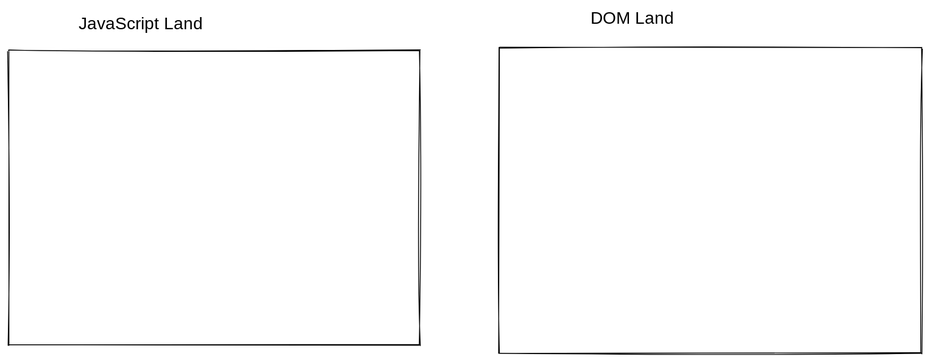
Earlier version of the Excalidraw export CLASS_NOTES/ng-arch.excalidraw.svg (hypertheory-angular/asm-sept-2022). Source tidied: one line per element, renumbered; positions are measured from the earlier drawing's top-left corner, leaving out a move shared by most shapes.
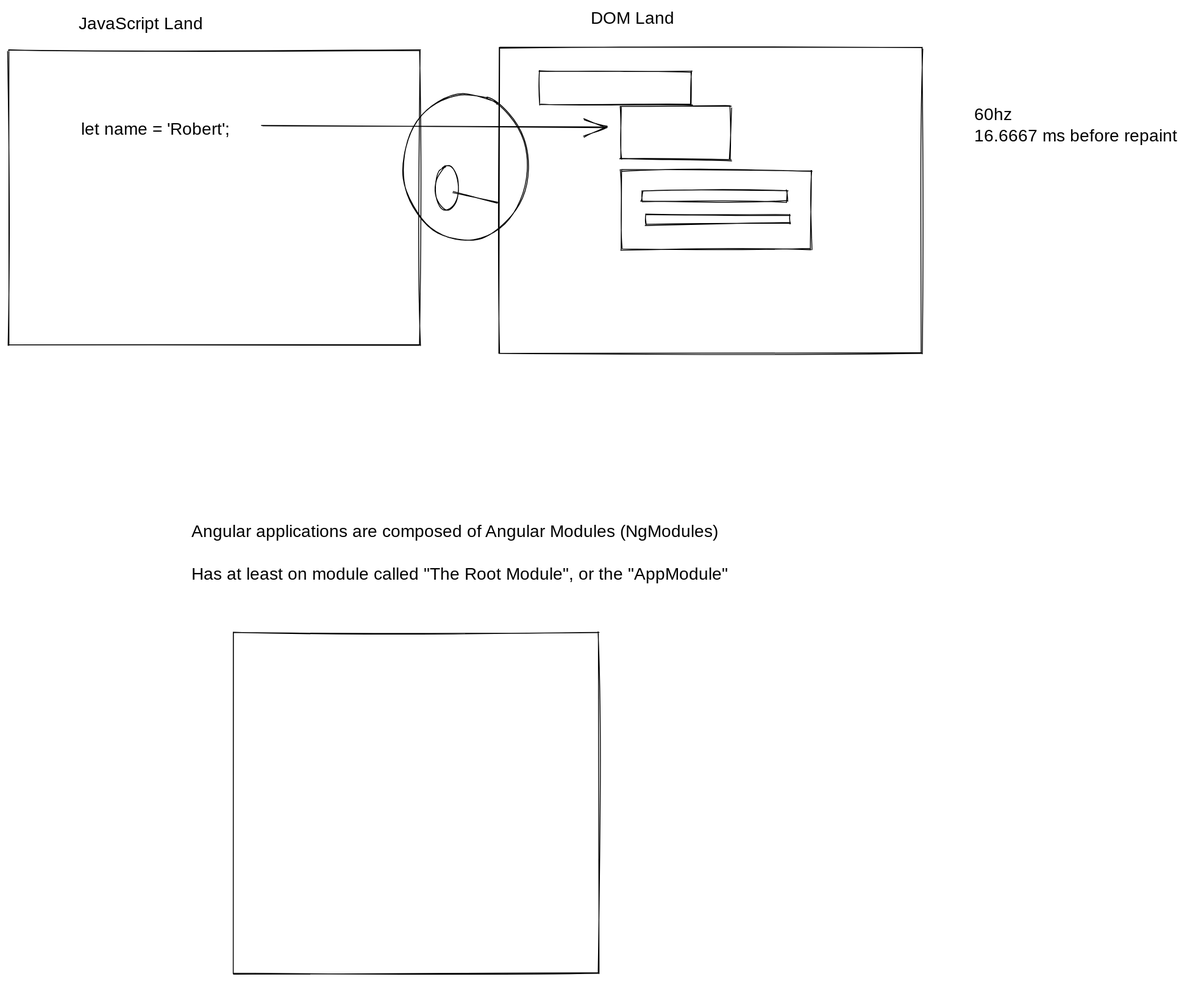
After the change.

Diff of the diagram source:
```diff
@@ -2,3 +2,16 @@
 {"id": 1, "type": "rectangle", "strokeColor": "#000000", "strokeWidth": 1, "roughness": 1, "x": 575, "y": 46, "width": 495, "height": 358}
 {"id": 2, "type": "text", "text": "JavaScript Land", "strokeColor": "#000000", "strokeWidth": 1, "roughness": 1, "fontSize": 20, "fontFamily": 1, "x": 82, "y": 6, "width": 163, "height": 25}
 {"id": 3, "type": "text", "text": "DOM Land", "strokeColor": "#000000", "strokeWidth": 1, "roughness": 1, "fontSize": 20, "fontFamily": 1, "x": 682, "y": 0, "width": 102, "height": 25}
+{"id": 4, "type": "rectangle", "strokeColor": "#000000", "strokeWidth": 1, "roughness": 1, "x": 622, "y": 74, "width": 178, "height": 39}
+{"id": 5, "type": "rectangle", "strokeColor": "#000000", "strokeWidth": 1, "roughness": 1, "x": 717, "y": 114, "width": 129, "height": 62}
+{"id": 6, "type": "rectangle", "strokeColor": "#000000", "strokeWidth": 1, "roughness": 1, "x": 718, "y": 190, "width": 222, "height": 93}
+{"id": 7, "type": "rectangle", "strokeColor": "#000000", "strokeWidth": 1, "roughness": 1, "x": 742, "y": 214, "width": 170, "height": 13}
+{"id": 8, "type": "rectangle", "strokeColor": "#000000", "strokeWidth": 1, "roughness": 1, "x": 746, "y": 242, "width": 169, "height": 11}
+{"id": 9, "type": "text", "text": "60hz\n16.6667 ms before repaint\n", "strokeColor": "#000000", "strokeWidth": 1, "roughness": 1, "fontSize": 20, "fontFamily": 1, "x": 1131, "y": 112, "width": 256, "height": 75}
+{"id": 10, "type": "text", "text": "let name = 'Robert';", "strokeColor": "#000000", "strokeWidth": 1, "roughness": 1, "fontSize": 20, "fontFamily": 1, "x": 85, "y": 130, "width": 199, "height": 25}
+{"id": 11, "type": "arrow", "strokeColor": "#000000", "strokeWidth": 1, "roughness": 1, "endArrowhead": "arrow", "from": 10, "x": 298, "y": 137, "width": 403, "height": 3, "points": [[0, 0], [403, 3]]}
+{"id": 12, "type": "line", "strokeColor": "#000000", "strokeWidth": 1, "roughness": 1, "x": 573, "y": 228, "width": 53, "height": 13, "points": [[0, 0], [-53, -13]]}
+{"id": 13, "type": "ellipse", "strokeColor": "#000000", "strokeWidth": 1, "roughness": 1, "x": 500, "y": 184, "width": 27, "height": 51}
+{"id": 14, "type": "ellipse", "strokeColor": "#000000", "strokeWidth": 1, "roughness": 1, "x": 462, "y": 100, "width": 146, "height": 172}
+{"id": 15, "type": "text", "text": "Angular applications are composed of Angular Modules (NgModules)\n\nHas at least on module called \"The Root Module\", or the \"AppModule\"\n\n", "strokeColor": "#000000", "strokeWidth": 1, "roughness": 1, "fontSize": 20, "fontFamily": 1, "x": 214, "y": 602, "width": 692, "height": 125}
+{"id": 16, "type": "rectangle", "strokeColor": "#000000", "strokeWidth": 1, "roughness": 1, "x": 264, "y": 732, "width": 428, "height": 399}
```
